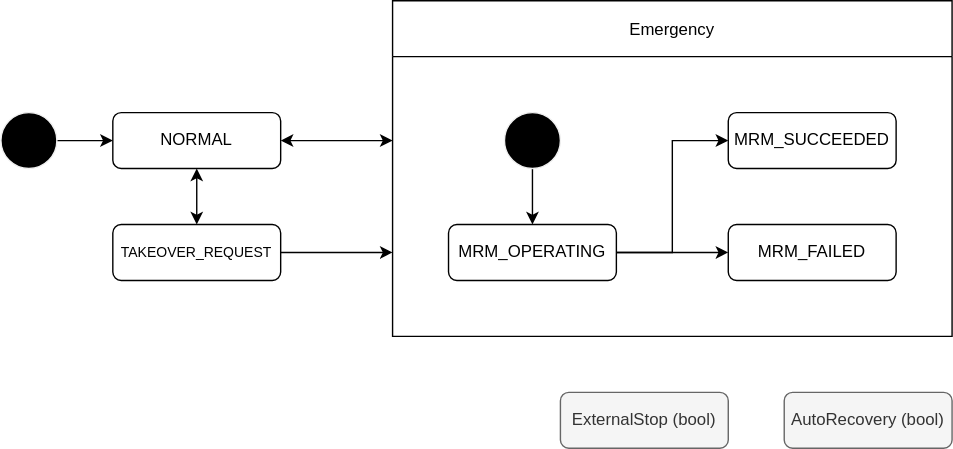
tier4/autoware-documentation keeps this draw.io diagram as pr-7/design/autoware-interfaces/ad-api/features/fail-safe-state.drawio.svg. Above is the earlier version. Source tidied: cells renumbered, new cells last; positions are measured from the earlier drawing's top-left corner, leaving out a move shared by most shapes.
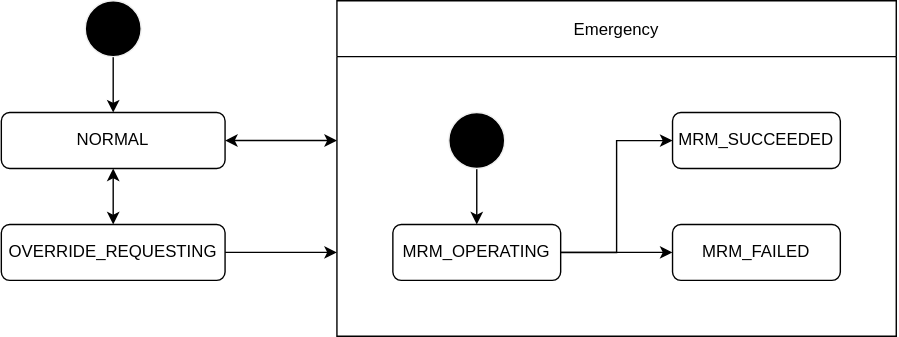
Above is the later version.

The edit, as a diff of the source:
```diff
@@ -6,27 +6,27 @@
       <mxGeometry relative="1" as="geometry" />
     </mxCell>
     <mxCell id="3" style="shape=ellipse;html=1;fillColor=#000000;fontSize=18;fontColor=#ffffff;strokeColor=#F0F0F0;" parent="1" vertex="1">
-      <mxGeometry y="80" width="40" height="40" as="geometry" />
+      <mxGeometry x="20" width="40" height="40" as="geometry" />
     </mxCell>
     <mxCell id="4" style="edgeStyle=none;html=1;entryX=0;entryY=0.75;entryDx=0;entryDy=0;fontSize=10;startArrow=none;startFill=0;" parent="1" edge="1" source="5" target="9">
       <mxGeometry relative="1" as="geometry" />
     </mxCell>
-    <mxCell id="5" value="&lt;font style=&quot;font-size: 10px&quot;&gt;TAKEOVER_REQUEST&lt;/font&gt;" style="rounded=1;whiteSpace=wrap;html=1;" parent="1" vertex="1">
-      <mxGeometry x="80" y="160" width="120" height="40" as="geometry" />
+    <mxCell id="5" value="&lt;font style=&quot;font-size: 12px&quot;&gt;OVERRIDE_REQUESTING&lt;/font&gt;" style="rounded=1;whiteSpace=wrap;html=1;" parent="1" vertex="1">
+      <mxGeometry x="-40" y="160" width="160" height="40" as="geometry" />
     </mxCell>
     <mxCell id="6" style="edgeStyle=orthogonalEdgeStyle;rounded=0;html=1;startArrow=classic;startFill=1;" parent="1" edge="1" source="8" target="5">
       <mxGeometry relative="1" as="geometry" />
     </mxCell>
     <mxCell id="7" style="edgeStyle=none;html=1;fontSize=10;startArrow=classic;startFill=1;" parent="1" edge="1" source="8">
       <mxGeometry relative="1" as="geometry">
-        <mxPoint x="280" y="100" as="targetPoint" />
+        <mxPoint x="200" y="100" as="targetPoint" />
       </mxGeometry>
     </mxCell>
     <mxCell id="8" value="NORMAL" style="rounded=1;whiteSpace=wrap;html=1;" parent="1" vertex="1">
-      <mxGeometry x="80" y="80" width="120" height="40" as="geometry" />
+      <mxGeometry x="-40" y="80" width="160" height="40" as="geometry" />
     </mxCell>
     <mxCell id="9" value="Emergency" style="swimlane;startSize=40;fontStyle=0;" parent="1" vertex="1">
-      <mxGeometry x="280" width="400" height="240" as="geometry" />
+      <mxGeometry x="200" width="400" height="240" as="geometry" />
     </mxCell>
     <mxCell id="10" value="MRM_SUCCEEDED" style="rounded=1;whiteSpace=wrap;html=1;" parent="9" vertex="1">
       <mxGeometry x="240" y="80" width="120" height="40" as="geometry" />
@@ -54,11 +54,5 @@
     <mxCell id="16" style="shape=ellipse;html=1;fillColor=#000000;fontSize=18;fontColor=#ffffff;strokeColor=#F0F0F0;" parent="9" vertex="1">
       <mxGeometry x="80" y="80" width="40" height="40" as="geometry" />
     </mxCell>
-    <mxCell id="17" value="AutoRecovery (bool)" style="rounded=1;whiteSpace=wrap;html=1;fillColor=#f5f5f5;fontColor=#333333;strokeColor=#666666;" parent="1" vertex="1">
-      <mxGeometry x="560" y="280" width="120" height="40" as="geometry" />
-    </mxCell>
-    <mxCell id="18" value="ExternalStop (bool)" style="rounded=1;whiteSpace=wrap;html=1;fillColor=#f5f5f5;fontColor=#333333;strokeColor=#666666;" parent="1" vertex="1">
-      <mxGeometry x="400" y="280" width="120" height="40" as="geometry" />
-    </mxCell>
   </root>
 </mxGraphModel>
```
